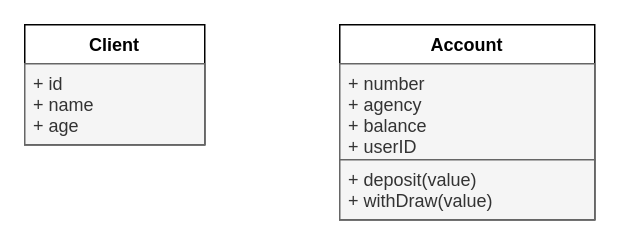
Before: diagrams/driven-bank.drawio in T07-Driven/driven-bank, a draw.io diagram. Source tidied: cells renumbered, new cells numbered last; positions are measured from the earlier drawing's top-left corner, leaving out a move shared by most shapes. Both pictures are drawn from the tidied source at 150%, with x=0, y=0 at pixel (24, 24).
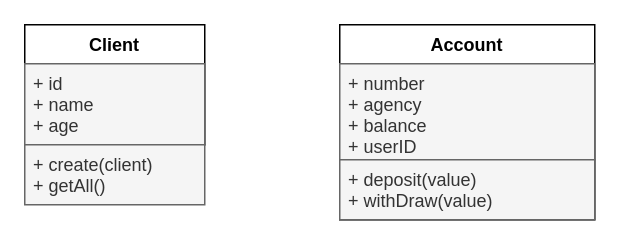
Above is the later version.

Diff of the diagram source:
```diff
@@
 <mxGraphModel>
   <root>
     <mxCell id="0" />
     <mxCell id="1" parent="0" />
     <mxCell id="2" value="Client" style="swimlane;fontStyle=1;align=center;verticalAlign=top;horizontal=1;startSize=26;" parent="1" vertex="1">
       <mxGeometry width="120" height="80" as="geometry" />
     </mxCell>
     <mxCell id="3" value="+ id&#10;+ name&#10;+ age" style="text;align=left;verticalAlign=top;spacingLeft=4;spacingRight=4;overflow=hidden;fillColor=#f5f5f5;fontColor=#333333;strokeColor=#666666;" parent="2" vertex="1">
       <mxGeometry y="26" width="120" height="54" as="geometry" />
     </mxCell>
     <mxCell id="4" value="Account" style="swimlane;fontStyle=1;align=center;verticalAlign=top;horizontal=1;startSize=26;" parent="1" vertex="1">
       <mxGeometry x="210" width="170" height="130" as="geometry" />
     </mxCell>
     <mxCell id="5" value="+ number&#10;+ agency&#10;+ balance&#10;+ userID" style="text;align=left;verticalAlign=top;spacingLeft=4;spacingRight=4;overflow=hidden;fillColor=#f5f5f5;fontColor=#333333;strokeColor=#666666;" parent="4" vertex="1">
       <mxGeometry y="26" width="170" height="64" as="geometry" />
     </mxCell>
     <mxCell id="6" value="+ deposit(value)&#10;+ withDraw(value)" style="text;strokeColor=#666666;fillColor=#f5f5f5;align=left;verticalAlign=top;spacingLeft=4;spacingRight=4;overflow=hidden;fontColor=#333333;" parent="4" vertex="1">
       <mxGeometry y="90" width="170" height="40" as="geometry" />
     </mxCell>
+    <mxCell id="7" value="+ create(client)&#10;+ getAll()" style="text;strokeColor=#666666;fillColor=#f5f5f5;align=left;verticalAlign=top;spacingLeft=4;spacingRight=4;overflow=hidden;fontColor=#333333;" parent="1" vertex="1">
+      <mxGeometry y="80" width="120" height="40" as="geometry" />
+    </mxCell>
   </root>
 </mxGraphModel>
```
